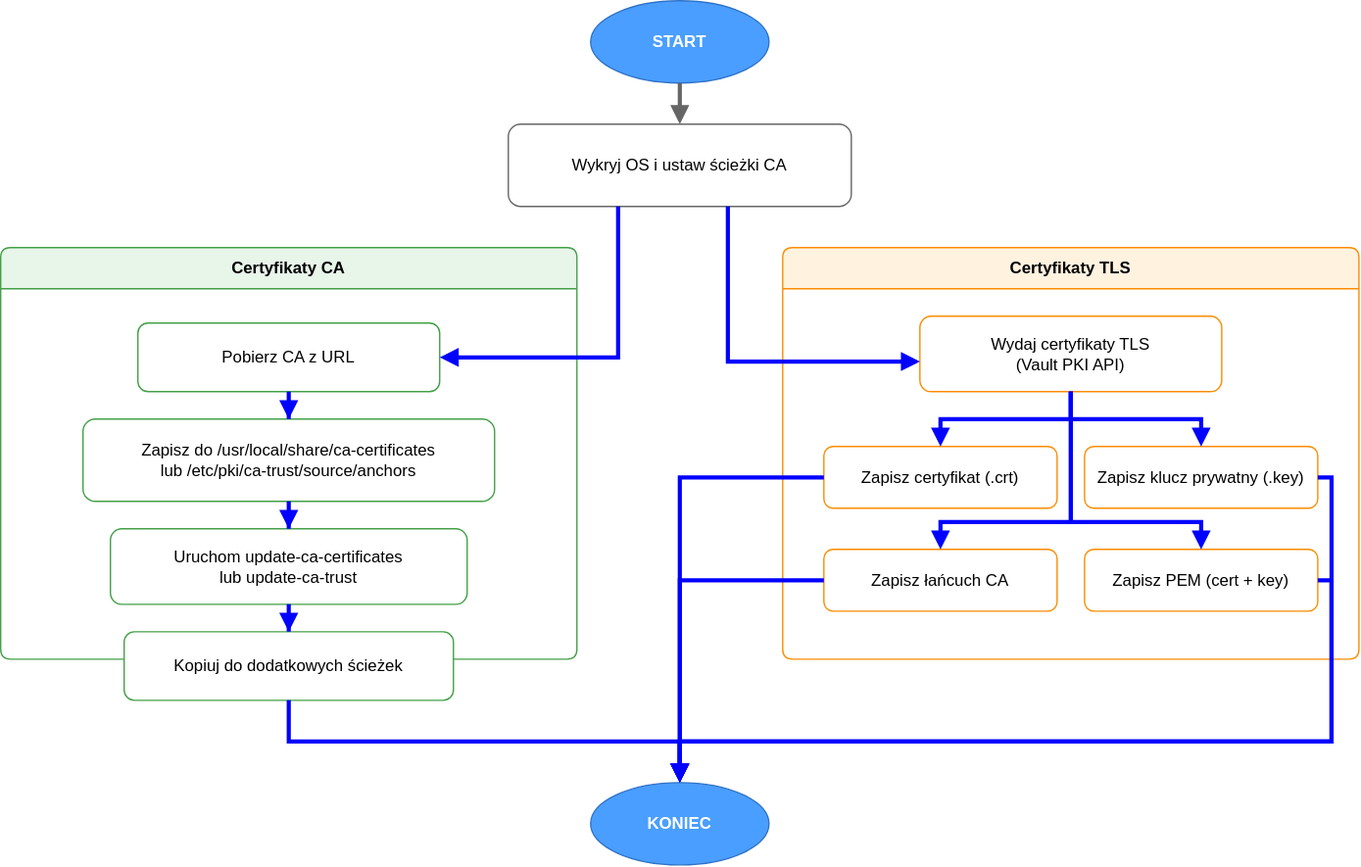
This is docs/vault_cert_flow.drawio.svg from rachuna-net-pl/artifacts.ansible-roles.certificates, a draw.io export, as it was before one commit. Source tidied: cells renumbered, new cells last; positions are measured from the earlier drawing's top-left corner, leaving out a move shared by most shapes. Its diagram source:
```xml
<mxGraphModel>
  <root>
    <mxCell id="0" />
    <mxCell id="1" parent="0" />
    <mxCell id="2" value="Certyfikaty CA" style="swimlane;whiteSpace=wrap;html=1;startSize=30;fillColor=#e8f5e9;strokeColor=#43a047;fontStyle=1;rounded=1;arcSize=8;" parent="1" vertex="1">
      <mxGeometry y="180" width="420" height="300" as="geometry" />
    </mxCell>
    <mxCell id="3" value="Pobierz CA z URL" style="rounded=1;whiteSpace=wrap;html=1;fillColor=#ffffff;strokeColor=#43a047;" parent="2" vertex="1">
      <mxGeometry x="100" y="55" width="220" height="50" as="geometry" />
    </mxCell>
    <mxCell id="4" value="Zapisz do /usr/local/share/ca-certificates&lt;br&gt;lub /etc/pki/ca-trust/source/anchors" style="rounded=1;whiteSpace=wrap;html=1;fillColor=#ffffff;strokeColor=#43a047;" parent="2" vertex="1">
      <mxGeometry x="60" y="125" width="300" height="60" as="geometry" />
    </mxCell>
    <mxCell id="5" value="Uruchom update-ca-certificates&lt;br&gt;lub update-ca-trust" style="rounded=1;whiteSpace=wrap;html=1;fillColor=#ffffff;strokeColor=#43a047;" parent="2" vertex="1">
      <mxGeometry x="80" y="205" width="260" height="55" as="geometry" />
    </mxCell>
    <mxCell id="6" value="Kopiuj do dodatkowych ścieżek" style="rounded=1;whiteSpace=wrap;html=1;fillColor=#ffffff;strokeColor=#43a047;" parent="2" vertex="1">
      <mxGeometry x="90" y="280" width="240" height="50" as="geometry" />
    </mxCell>
    <mxCell id="7" style="edgeStyle=orthogonalEdgeStyle;rounded=0;jettySize=auto;html=1;endArrow=block;endFill=1;strokeColor=#0000FF;strokeWidth=3;" parent="2" edge="1" source="3" target="4">
      <mxGeometry relative="1" as="geometry" />
    </mxCell>
    <mxCell id="8" style="edgeStyle=orthogonalEdgeStyle;rounded=0;jettySize=auto;html=1;endArrow=block;endFill=1;strokeColor=#0000FF;strokeWidth=3;" parent="2" edge="1" source="4" target="5">
      <mxGeometry relative="1" as="geometry" />
    </mxCell>
    <mxCell id="9" style="edgeStyle=orthogonalEdgeStyle;rounded=0;jettySize=auto;html=1;endArrow=block;endFill=1;strokeColor=#0000FF;strokeWidth=3;" parent="2" edge="1" source="5" target="6">
      <mxGeometry relative="1" as="geometry" />
    </mxCell>
    <mxCell id="10" value="Certyfikaty TLS" style="swimlane;whiteSpace=wrap;html=1;startSize=30;fillColor=#fff3e0;strokeColor=#fb8c00;fontStyle=1;rounded=1;arcSize=8;" parent="1" vertex="1">
      <mxGeometry x="570" y="180" width="420" height="300" as="geometry" />
    </mxCell>
    <mxCell id="11" value="Wydaj certyfikaty TLS&lt;br&gt;(Vault PKI API)" style="rounded=1;whiteSpace=wrap;html=1;fillColor=#ffffff;strokeColor=#fb8c00;" parent="10" vertex="1">
      <mxGeometry x="100" y="50" width="220" height="55" as="geometry" />
    </mxCell>
    <mxCell id="12" value="Zapisz certyfikat (.crt)" style="rounded=1;whiteSpace=wrap;html=1;fillColor=#ffffff;strokeColor=#fb8c00;" parent="10" vertex="1">
      <mxGeometry x="30" y="145" width="170" height="45" as="geometry" />
    </mxCell>
    <mxCell id="13" value="Zapisz klucz prywatny (.key)" style="rounded=1;whiteSpace=wrap;html=1;fillColor=#ffffff;strokeColor=#fb8c00;" parent="10" vertex="1">
      <mxGeometry x="220" y="145" width="170" height="45" as="geometry" />
    </mxCell>
    <mxCell id="14" value="Zapisz łańcuch CA" style="rounded=1;whiteSpace=wrap;html=1;fillColor=#ffffff;strokeColor=#fb8c00;" parent="10" vertex="1">
      <mxGeometry x="30" y="220" width="170" height="45" as="geometry" />
    </mxCell>
    <mxCell id="15" value="Zapisz PEM (cert + key)" style="rounded=1;whiteSpace=wrap;html=1;fillColor=#ffffff;strokeColor=#fb8c00;" parent="10" vertex="1">
      <mxGeometry x="220" y="220" width="170" height="45" as="geometry" />
    </mxCell>
    <mxCell id="16" style="edgeStyle=orthogonalEdgeStyle;rounded=0;jettySize=auto;html=1;endArrow=block;endFill=1;strokeColor=#0000FF;strokeWidth=3;" parent="10" edge="1" source="11" target="12">
      <mxGeometry relative="1" as="geometry" />
    </mxCell>
    <mxCell id="17" style="edgeStyle=orthogonalEdgeStyle;rounded=0;jettySize=auto;html=1;endArrow=block;endFill=1;strokeColor=#0000FF;strokeWidth=3;" parent="10" edge="1" source="11" target="13">
      <mxGeometry relative="1" as="geometry" />
    </mxCell>
    <mxCell id="18" style="edgeStyle=orthogonalEdgeStyle;rounded=0;jettySize=auto;html=1;endArrow=block;endFill=1;strokeColor=#0000FF;strokeWidth=3;" parent="10" edge="1" source="11" target="14">
      <mxGeometry relative="1" as="geometry">
        <Array as="points">
          <mxPoint x="210" y="200" />
          <mxPoint x="115" y="200" />
        </Array>
      </mxGeometry>
    </mxCell>
    <mxCell id="19" style="edgeStyle=orthogonalEdgeStyle;rounded=0;jettySize=auto;html=1;endArrow=block;endFill=1;strokeColor=#0000FF;strokeWidth=3;" parent="10" edge="1" source="11" target="15">
      <mxGeometry relative="1" as="geometry">
        <Array as="points">
          <mxPoint x="210" y="200" />
          <mxPoint x="305" y="200" />
        </Array>
      </mxGeometry>
    </mxCell>
    <mxCell id="20" value="START" style="ellipse;whiteSpace=wrap;html=1;fillColor=#4a9eff;strokeColor=#2f73c9;fontColor=#ffffff;fontStyle=1;" parent="1" vertex="1">
      <mxGeometry x="430" width="130" height="60" as="geometry" />
    </mxCell>
    <mxCell id="21" value="Wykryj OS i ustaw ścieżki CA" style="rounded=1;whiteSpace=wrap;html=1;fillColor=#ffffff;strokeColor=#666666;" parent="1" vertex="1">
      <mxGeometry x="370" y="90" width="250" height="60" as="geometry" />
    </mxCell>
    <mxCell id="22" value="KONIEC" style="ellipse;whiteSpace=wrap;html=1;fillColor=#4a9eff;strokeColor=#2f73c9;fontColor=#ffffff;fontStyle=1;" parent="1" vertex="1">
      <mxGeometry x="430" y="570" width="130" height="60" as="geometry" />
    </mxCell>
    <mxCell id="23" style="edgeStyle=orthogonalEdgeStyle;rounded=0;jettySize=auto;html=1;endArrow=block;endFill=1;strokeColor=#666666;strokeWidth=3;" parent="1" edge="1" source="20" target="21">
      <mxGeometry relative="1" as="geometry" />
    </mxCell>
    <mxCell id="24" style="edgeStyle=orthogonalEdgeStyle;rounded=0;jettySize=auto;html=1;endArrow=block;endFill=1;strokeColor=#0000FF;strokeWidth=3;" parent="1" edge="1" source="21" target="3">
      <mxGeometry relative="1" as="geometry">
        <Array as="points">
          <mxPoint x="450" y="260" />
        </Array>
      </mxGeometry>
    </mxCell>
    <mxCell id="25" style="edgeStyle=orthogonalEdgeStyle;rounded=0;jettySize=auto;html=1;endArrow=block;endFill=1;strokeColor=#0000FF;strokeWidth=3;" parent="1" edge="1" source="21" target="11">
      <mxGeometry relative="1" as="geometry">
        <Array as="points">
          <mxPoint x="530" y="263" />
        </Array>
      </mxGeometry>
    </mxCell>
    <mxCell id="26" style="edgeStyle=orthogonalEdgeStyle;rounded=0;jettySize=auto;html=1;endArrow=block;endFill=1;strokeColor=#0000FF;strokeWidth=3;entryX=0.5;entryY=0;entryDx=0;entryDy=0;" parent="1" edge="1" source="6" target="22">
      <mxGeometry relative="1" as="geometry">
        <Array as="points">
          <mxPoint x="210" y="540" />
          <mxPoint x="495" y="540" />
        </Array>
      </mxGeometry>
    </mxCell>
    <mxCell id="27" style="edgeStyle=orthogonalEdgeStyle;rounded=0;jettySize=auto;html=1;endArrow=block;endFill=1;strokeColor=#0000FF;strokeWidth=3;entryX=0.5;entryY=0;entryDx=0;entryDy=0;" parent="1" edge="1" source="12" target="22">
      <mxGeometry relative="1" as="geometry">
        <Array as="points">
          <mxPoint x="495" y="347" />
        </Array>
      </mxGeometry>
    </mxCell>
    <mxCell id="28" style="edgeStyle=orthogonalEdgeStyle;rounded=0;jettySize=auto;html=1;endArrow=block;endFill=1;strokeColor=#0000FF;strokeWidth=3;entryX=0.5;entryY=0;entryDx=0;entryDy=0;exitX=1;exitY=0.5;exitDx=0;exitDy=0;" parent="1" edge="1" source="13" target="22">
      <mxGeometry relative="1" as="geometry">
        <Array as="points">
          <mxPoint x="970" y="348" />
          <mxPoint x="970" y="540" />
          <mxPoint x="495" y="540" />
        </Array>
      </mxGeometry>
    </mxCell>
    <mxCell id="29" style="edgeStyle=orthogonalEdgeStyle;rounded=0;jettySize=auto;html=1;endArrow=block;endFill=1;strokeColor=#0000FF;strokeWidth=3;entryX=0.5;entryY=0;entryDx=0;entryDy=0;" parent="1" edge="1" source="14" target="22">
      <mxGeometry relative="1" as="geometry">
        <Array as="points">
          <mxPoint x="495" y="423" />
        </Array>
      </mxGeometry>
    </mxCell>
    <mxCell id="30" style="edgeStyle=orthogonalEdgeStyle;rounded=0;jettySize=auto;html=1;endArrow=block;endFill=1;strokeColor=#0000FF;strokeWidth=3;entryX=0.5;entryY=0;entryDx=0;entryDy=0;" parent="1" edge="1" source="15" target="22">
      <mxGeometry relative="1" as="geometry">
        <Array as="points">
          <mxPoint x="970" y="423" />
          <mxPoint x="970" y="540" />
          <mxPoint x="495" y="540" />
        </Array>
      </mxGeometry>
    </mxCell>
  </root>
</mxGraphModel>
```
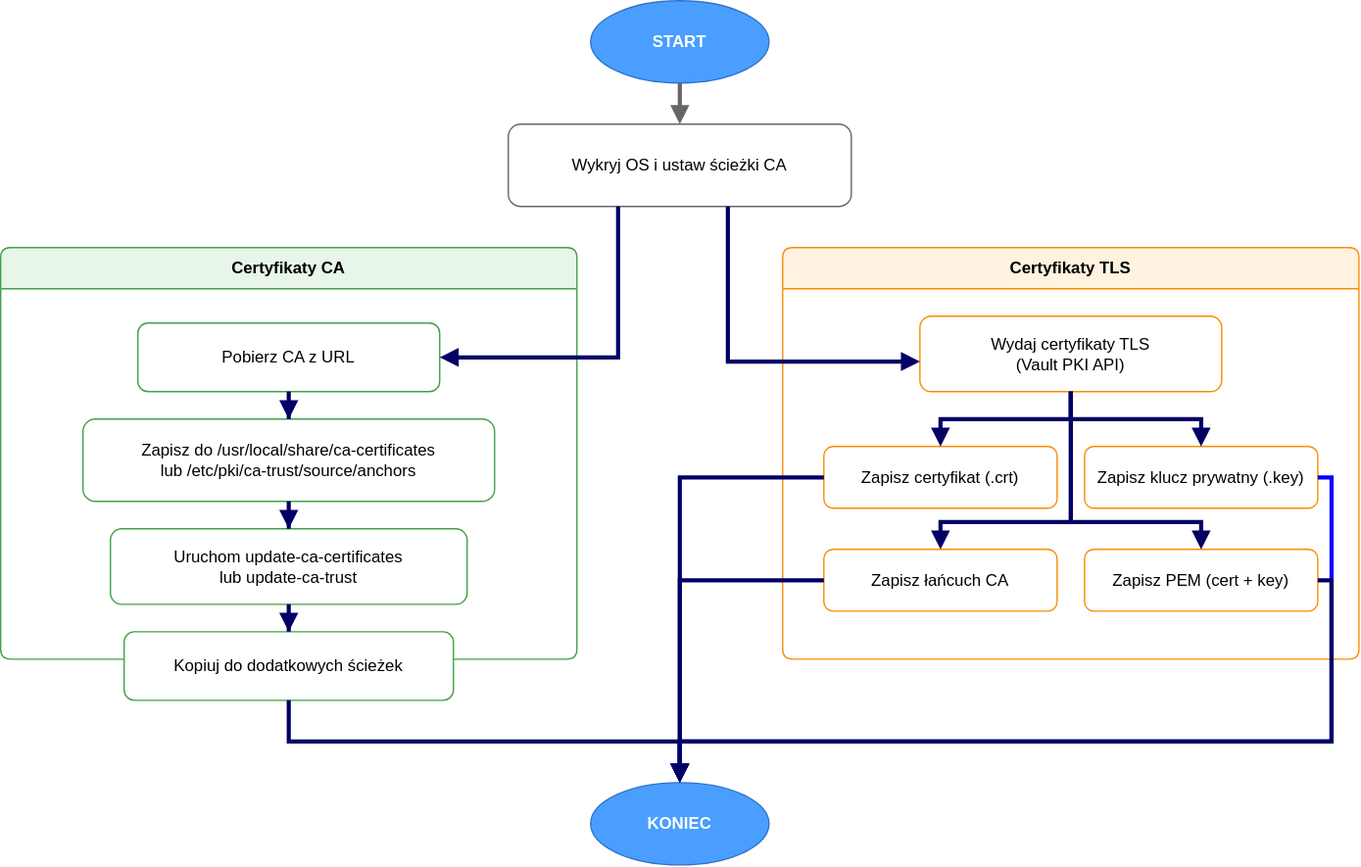
The same file after the commit.

Commit message:
docs: Aktualizacja dokumentacji

Diff of the diagram source:
```diff
@@ -17,13 +17,13 @@
     <mxCell id="6" value="Kopiuj do dodatkowych ścieżek" style="rounded=1;whiteSpace=wrap;html=1;fillColor=#ffffff;strokeColor=#43a047;" parent="2" vertex="1">
       <mxGeometry x="90" y="280" width="240" height="50" as="geometry" />
     </mxCell>
-    <mxCell id="7" style="edgeStyle=orthogonalEdgeStyle;rounded=0;jettySize=auto;html=1;endArrow=block;endFill=1;strokeColor=#0000FF;strokeWidth=3;" parent="2" edge="1" source="3" target="4">
+    <mxCell id="7" style="edgeStyle=orthogonalEdgeStyle;rounded=0;jettySize=auto;html=1;endArrow=block;endFill=1;strokeColor=#000066;strokeWidth=3;" parent="2" edge="1" source="3" target="4">
       <mxGeometry relative="1" as="geometry" />
     </mxCell>
-    <mxCell id="8" style="edgeStyle=orthogonalEdgeStyle;rounded=0;jettySize=auto;html=1;endArrow=block;endFill=1;strokeColor=#0000FF;strokeWidth=3;" parent="2" edge="1" source="4" target="5">
+    <mxCell id="8" style="edgeStyle=orthogonalEdgeStyle;rounded=0;jettySize=auto;html=1;endArrow=block;endFill=1;strokeColor=#000066;strokeWidth=3;" parent="2" edge="1" source="4" target="5">
       <mxGeometry relative="1" as="geometry" />
     </mxCell>
-    <mxCell id="9" style="edgeStyle=orthogonalEdgeStyle;rounded=0;jettySize=auto;html=1;endArrow=block;endFill=1;strokeColor=#0000FF;strokeWidth=3;" parent="2" edge="1" source="5" target="6">
+    <mxCell id="9" style="edgeStyle=orthogonalEdgeStyle;rounded=0;jettySize=auto;html=1;endArrow=block;endFill=1;strokeColor=#000066;strokeWidth=3;" parent="2" edge="1" source="5" target="6">
       <mxGeometry relative="1" as="geometry" />
     </mxCell>
     <mxCell id="10" value="Certyfikaty TLS" style="swimlane;whiteSpace=wrap;html=1;startSize=30;fillColor=#fff3e0;strokeColor=#fb8c00;fontStyle=1;rounded=1;arcSize=8;" parent="1" vertex="1">
@@ -44,13 +44,13 @@
     <mxCell id="15" value="Zapisz PEM (cert + key)" style="rounded=1;whiteSpace=wrap;html=1;fillColor=#ffffff;strokeColor=#fb8c00;" parent="10" vertex="1">
       <mxGeometry x="220" y="220" width="170" height="45" as="geometry" />
     </mxCell>
-    <mxCell id="16" style="edgeStyle=orthogonalEdgeStyle;rounded=0;jettySize=auto;html=1;endArrow=block;endFill=1;strokeColor=#0000FF;strokeWidth=3;" parent="10" edge="1" source="11" target="12">
+    <mxCell id="16" style="edgeStyle=orthogonalEdgeStyle;rounded=0;jettySize=auto;html=1;endArrow=block;endFill=1;strokeColor=#000066;strokeWidth=3;" parent="10" edge="1" source="11" target="12">
       <mxGeometry relative="1" as="geometry" />
     </mxCell>
-    <mxCell id="17" style="edgeStyle=orthogonalEdgeStyle;rounded=0;jettySize=auto;html=1;endArrow=block;endFill=1;strokeColor=#0000FF;strokeWidth=3;" parent="10" edge="1" source="11" target="13">
+    <mxCell id="17" style="edgeStyle=orthogonalEdgeStyle;rounded=0;jettySize=auto;html=1;endArrow=block;endFill=1;strokeColor=#000066;strokeWidth=3;" parent="10" edge="1" source="11" target="13">
       <mxGeometry relative="1" as="geometry" />
     </mxCell>
-    <mxCell id="18" style="edgeStyle=orthogonalEdgeStyle;rounded=0;jettySize=auto;html=1;endArrow=block;endFill=1;strokeColor=#0000FF;strokeWidth=3;" parent="10" edge="1" source="11" target="14">
+    <mxCell id="18" style="edgeStyle=orthogonalEdgeStyle;rounded=0;jettySize=auto;html=1;endArrow=block;endFill=1;strokeColor=#000066;strokeWidth=3;" parent="10" edge="1" source="11" target="14">
       <mxGeometry relative="1" as="geometry">
         <Array as="points">
           <mxPoint x="210" y="200" />
@@ -58,7 +58,7 @@
         </Array>
       </mxGeometry>
     </mxCell>
-    <mxCell id="19" style="edgeStyle=orthogonalEdgeStyle;rounded=0;jettySize=auto;html=1;endArrow=block;endFill=1;strokeColor=#0000FF;strokeWidth=3;" parent="10" edge="1" source="11" target="15">
+    <mxCell id="19" style="edgeStyle=orthogonalEdgeStyle;rounded=0;jettySize=auto;html=1;endArrow=block;endFill=1;strokeColor=#000066;strokeWidth=3;" parent="10" edge="1" source="11" target="15">
       <mxGeometry relative="1" as="geometry">
         <Array as="points">
           <mxPoint x="210" y="200" />
@@ -78,21 +78,21 @@
     <mxCell id="23" style="edgeStyle=orthogonalEdgeStyle;rounded=0;jettySize=auto;html=1;endArrow=block;endFill=1;strokeColor=#666666;strokeWidth=3;" parent="1" edge="1" source="20" target="21">
       <mxGeometry relative="1" as="geometry" />
     </mxCell>
-    <mxCell id="24" style="edgeStyle=orthogonalEdgeStyle;rounded=0;jettySize=auto;html=1;endArrow=block;endFill=1;strokeColor=#0000FF;strokeWidth=3;" parent="1" edge="1" source="21" target="3">
+    <mxCell id="24" style="edgeStyle=orthogonalEdgeStyle;rounded=0;jettySize=auto;html=1;endArrow=block;endFill=1;strokeColor=#000066;strokeWidth=3;" parent="1" edge="1" source="21" target="3">
       <mxGeometry relative="1" as="geometry">
         <Array as="points">
           <mxPoint x="450" y="260" />
         </Array>
       </mxGeometry>
     </mxCell>
-    <mxCell id="25" style="edgeStyle=orthogonalEdgeStyle;rounded=0;jettySize=auto;html=1;endArrow=block;endFill=1;strokeColor=#0000FF;strokeWidth=3;" parent="1" edge="1" source="21" target="11">
+    <mxCell id="25" style="edgeStyle=orthogonalEdgeStyle;rounded=0;jettySize=auto;html=1;endArrow=block;endFill=1;strokeColor=#000066;strokeWidth=3;" parent="1" edge="1" source="21" target="11">
       <mxGeometry relative="1" as="geometry">
         <Array as="points">
           <mxPoint x="530" y="263" />
         </Array>
       </mxGeometry>
     </mxCell>
-    <mxCell id="26" style="edgeStyle=orthogonalEdgeStyle;rounded=0;jettySize=auto;html=1;endArrow=block;endFill=1;strokeColor=#0000FF;strokeWidth=3;entryX=0.5;entryY=0;entryDx=0;entryDy=0;" parent="1" edge="1" source="6" target="22">
+    <mxCell id="26" style="edgeStyle=orthogonalEdgeStyle;rounded=0;jettySize=auto;html=1;endArrow=block;endFill=1;strokeColor=#000066;strokeWidth=3;entryX=0.5;entryY=0;entryDx=0;entryDy=0;" parent="1" edge="1" source="6" target="22">
       <mxGeometry relative="1" as="geometry">
         <Array as="points">
           <mxPoint x="210" y="540" />
@@ -100,7 +100,7 @@
         </Array>
       </mxGeometry>
     </mxCell>
-    <mxCell id="27" style="edgeStyle=orthogonalEdgeStyle;rounded=0;jettySize=auto;html=1;endArrow=block;endFill=1;strokeColor=#0000FF;strokeWidth=3;entryX=0.5;entryY=0;entryDx=0;entryDy=0;" parent="1" edge="1" source="12" target="22">
+    <mxCell id="27" style="edgeStyle=orthogonalEdgeStyle;rounded=0;jettySize=auto;html=1;endArrow=block;endFill=1;strokeColor=#000066;strokeWidth=3;entryX=0.5;entryY=0;entryDx=0;entryDy=0;" parent="1" edge="1" source="12" target="22">
       <mxGeometry relative="1" as="geometry">
         <Array as="points">
           <mxPoint x="495" y="347" />
@@ -116,14 +116,14 @@
         </Array>
       </mxGeometry>
     </mxCell>
-    <mxCell id="29" style="edgeStyle=orthogonalEdgeStyle;rounded=0;jettySize=auto;html=1;endArrow=block;endFill=1;strokeColor=#0000FF;strokeWidth=3;entryX=0.5;entryY=0;entryDx=0;entryDy=0;" parent="1" edge="1" source="14" target="22">
+    <mxCell id="29" style="edgeStyle=orthogonalEdgeStyle;rounded=0;jettySize=auto;html=1;endArrow=block;endFill=1;strokeColor=#000066;strokeWidth=3;entryX=0.5;entryY=0;entryDx=0;entryDy=0;" parent="1" edge="1" source="14" target="22">
       <mxGeometry relative="1" as="geometry">
         <Array as="points">
           <mxPoint x="495" y="423" />
         </Array>
       </mxGeometry>
     </mxCell>
-    <mxCell id="30" style="edgeStyle=orthogonalEdgeStyle;rounded=0;jettySize=auto;html=1;endArrow=block;endFill=1;strokeColor=#0000FF;strokeWidth=3;entryX=0.5;entryY=0;entryDx=0;entryDy=0;" parent="1" edge="1" source="15" target="22">
+    <mxCell id="30" style="edgeStyle=orthogonalEdgeStyle;rounded=0;jettySize=auto;html=1;endArrow=block;endFill=1;strokeColor=#000066;strokeWidth=3;entryX=0.5;entryY=0;entryDx=0;entryDy=0;" parent="1" edge="1" source="15" target="22">
       <mxGeometry relative="1" as="geometry">
         <Array as="points">
           <mxPoint x="970" y="423" />
```
